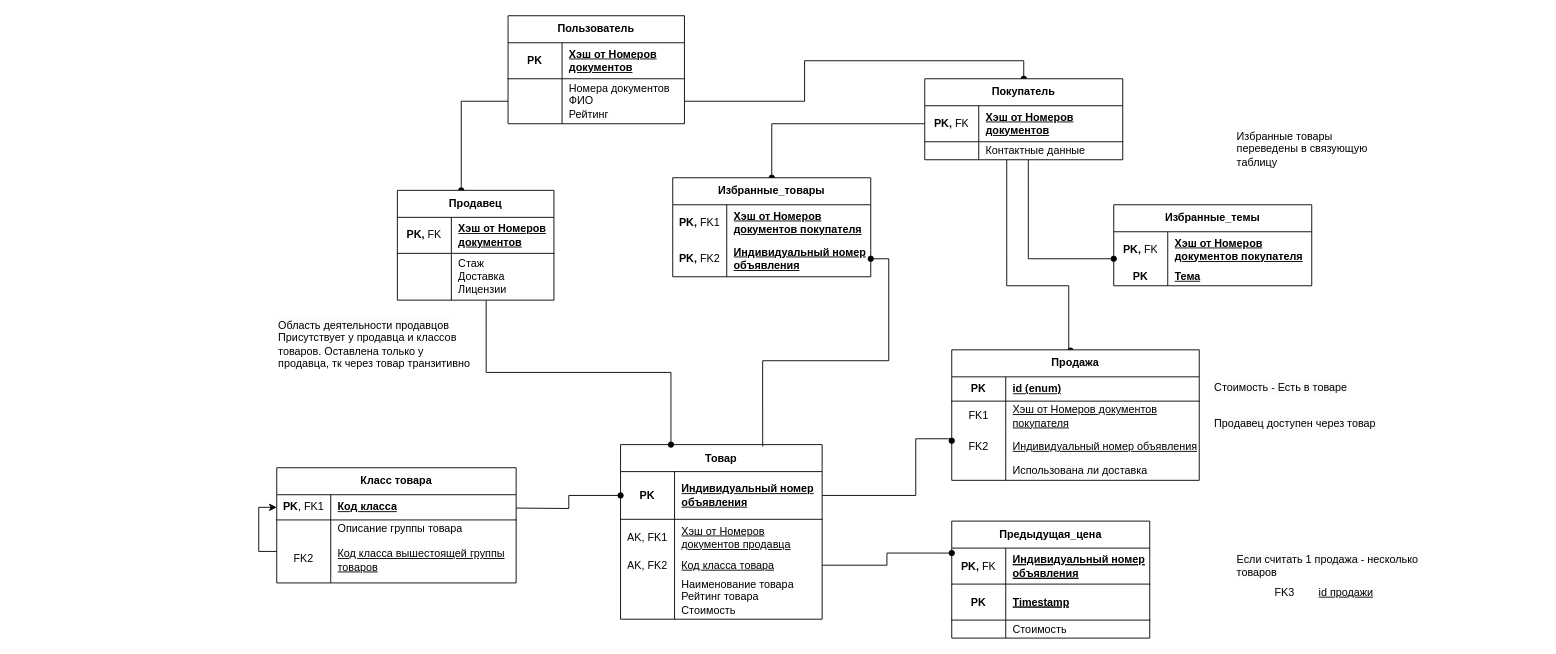
Before: page "Страница — 3" (3 of 3) of Диаграмма без названия.drawio in Djuckman/Compilers2, a draw.io diagram. Source tidied: cells renumbered, new cells numbered last; positions are measured from the earlier drawing's top-left corner, leaving out a move shared by most shapes. Both pictures are drawn from the tidied source at 90%, with x=0, y=0 at pixel (276, 15).
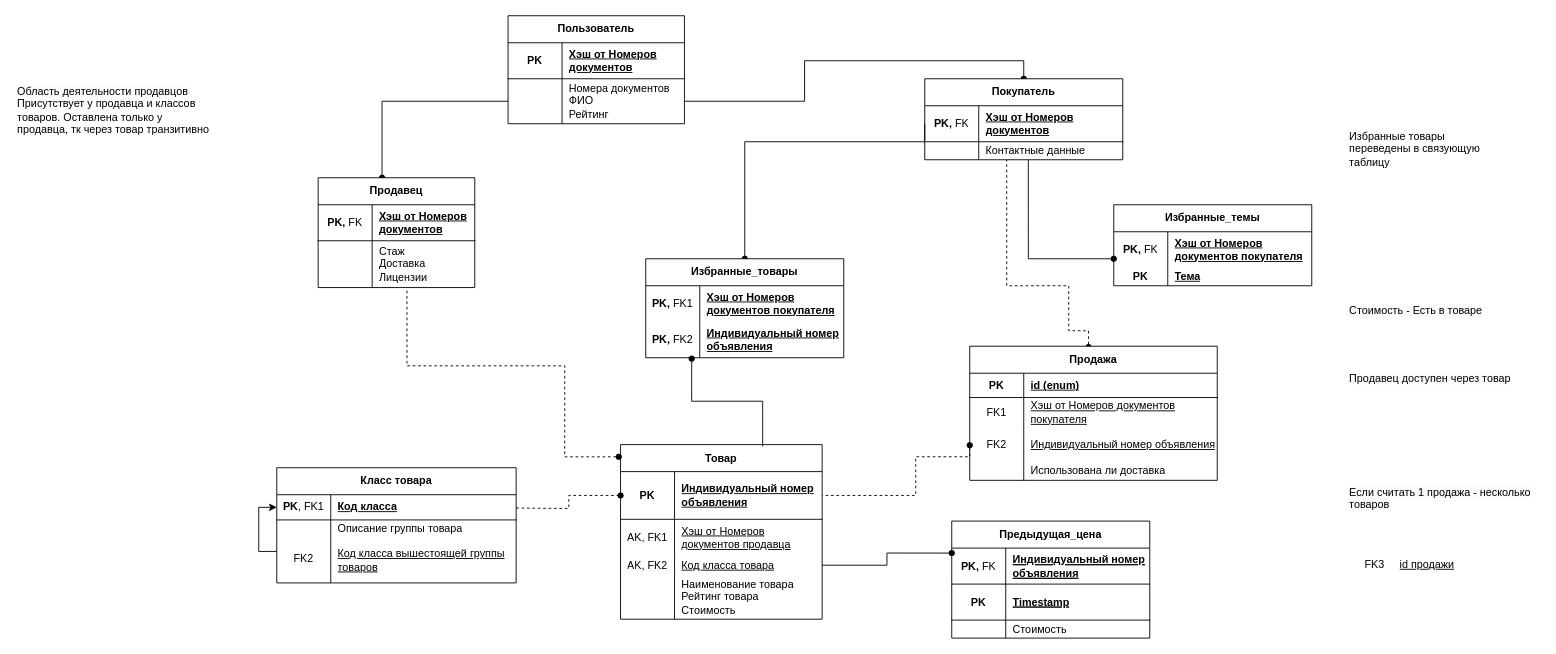
The same page after the edit.

The change refers to these unchanged cells:
```xml
<mxCell id="15" value="Товар" style="shape=table;startSize=30;childLayout=tableLayout;rowLines=0;fontStyle=1;align=center;html=1;whiteSpace=wrap;" parent="1" vertex="1">
  <mxGeometry x="382" y="476.5" width="224" height="194" as="geometry" />
</mxCell>
<mxCell id="16" style="shape=tableRow;horizontal=0;startSize=0;swimlaneHead=0;swimlaneBody=0;fillColor=none;points=[[0,0.5],[1,0.5]];portConstraint=eastwest;top=0;left=0;right=0;bottom=1;html=1;" parent="15" vertex="1">
  <mxGeometry y="30" width="224" height="53" as="geometry" />
</mxCell>
<mxCell id="41" style="shape=tableRow;horizontal=0;startSize=0;swimlaneHead=0;swimlaneBody=0;fillColor=none;points=[[0,0.5],[1,0.5]];portConstraint=eastwest;top=0;left=0;right=0;bottom=0;html=1;" parent="37" vertex="1">
  <mxGeometry y="70" width="174" height="52" as="geometry" />
</mxCell>
<mxCell id="45" style="shape=tableRow;horizontal=0;startSize=0;swimlaneHead=0;swimlaneBody=0;fillColor=none;points=[[0,0.5],[1,0.5]];portConstraint=eastwest;top=0;left=0;right=0;bottom=1;html=1;" parent="44" vertex="1">
  <mxGeometry y="30" width="220" height="40" as="geometry" />
</mxCell>
<mxCell id="48" style="shape=tableRow;horizontal=0;startSize=0;swimlaneHead=0;swimlaneBody=0;fillColor=none;points=[[0,0.5],[1,0.5]];portConstraint=eastwest;top=0;left=0;right=0;bottom=0;html=1;" parent="44" vertex="1">
  <mxGeometry y="70" width="220" height="20" as="geometry" />
</mxCell>
<mxCell id="72" style="shape=tableRow;horizontal=0;startSize=0;swimlaneHead=0;swimlaneBody=0;fillColor=none;points=[[0,0.5],[1,0.5]];portConstraint=eastwest;top=0;left=0;right=0;bottom=0;html=1;" parent="68" vertex="1">
  <mxGeometry y="70" width="220" height="40" as="geometry" />
</mxCell>
<mxCell id="98" style="shape=tableRow;horizontal=0;startSize=0;swimlaneHead=0;swimlaneBody=0;fillColor=none;top=0;left=0;right=0;bottom=0;html=1;" parent="1" vertex="1">
  <mxGeometry x="1090" y="630.5" width="224" height="20" as="geometry" />
</mxCell>
```

The edit, as a diff of the source:
```diff
@@
-    <mxCell id="35" style="edgeStyle=orthogonalEdgeStyle;rounded=0;jettySize=auto;html=1;entryX=0;entryY=0.5;entryDx=0;entryDy=0;endArrow=oval;endFill=1;startArrow=none;startFill=0;" parent="1" edge="1" target="16">
+    <mxCell id="35" style="edgeStyle=orthogonalEdgeStyle;rounded=0;jettySize=auto;html=1;entryX=0;entryY=0.5;entryDx=0;entryDy=0;endArrow=oval;endFill=1;startArrow=none;startFill=0;dashed=1;" parent="1" edge="1" target="16">
       <mxGeometry relative="1" as="geometry">
         <mxPoint x="266" y="547" as="sourcePoint" />
       </mxGeometry>
     </mxCell>
-    <mxCell id="36" style="edgeStyle=orthogonalEdgeStyle;rounded=0;jettySize=auto;html=1;exitX=0;exitY=0.5;exitDx=0;exitDy=0;entryX=1;entryY=0.5;entryDx=0;entryDy=0;startArrow=oval;startFill=1;endArrow=none;endFill=0;" parent="1" edge="1" target="16">
+    <mxCell id="36" style="edgeStyle=orthogonalEdgeStyle;rounded=0;jettySize=auto;html=1;exitX=0;exitY=0.5;exitDx=0;exitDy=0;entryX=1;entryY=0.5;entryDx=0;entryDy=0;startArrow=oval;startFill=1;endArrow=none;endFill=0;dashed=1;" parent="1" edge="1" source="59" target="16">
       <mxGeometry relative="1" as="geometry">
-        <mxPoint x="750" y="472.2" as="sourcePoint" />
         <Array as="points">
-          <mxPoint x="750" y="470" />
-          <mxPoint x="710" y="470" />
+          <mxPoint x="710" y="490" />
           <mxPoint x="710" y="533" />
         </Array>
       </mxGeometry>
     </mxCell>
     <mxCell id="37" value="Продавец" style="shape=table;startSize=30;childLayout=tableLayout;rowLines=0;fontStyle=1;align=center;html=1;whiteSpace=wrap;" parent="1" vertex="1">
-      <mxGeometry x="134" y="194" width="174" height="122" as="geometry" />
+      <mxGeometry x="46" y="180" width="174" height="122" as="geometry" />
     </mxCell>
@@
-    <mxCell id="51" style="edgeStyle=orthogonalEdgeStyle;rounded=0;jettySize=auto;html=1;endArrow=none;endFill=0;startArrow=oval;startFill=1;entryX=0.414;entryY=1;entryDx=0;entryDy=0;entryPerimeter=0;exitX=0.48;exitY=0.006;exitDx=0;exitDy=0;exitPerimeter=0;" parent="1" edge="1" source="52" target="48">
+    <mxCell id="51" style="edgeStyle=orthogonalEdgeStyle;rounded=0;jettySize=auto;html=1;endArrow=none;endFill=0;startArrow=oval;startFill=1;entryX=0.414;entryY=1;entryDx=0;entryDy=0;entryPerimeter=0;exitX=0.48;exitY=0.006;exitDx=0;exitDy=0;exitPerimeter=0;dashed=1;" parent="1" edge="1" source="52" target="48">
       <mxGeometry relative="1" as="geometry">
         <Array as="points">
-          <mxPoint x="880" y="372" />
+          <mxPoint x="902" y="350" />
+          <mxPoint x="880" y="350" />
           <mxPoint x="880" y="300" />
           <mxPoint x="811" y="300" />
         </Array>
       </mxGeometry>
     </mxCell>
     <mxCell id="52" value="Продажа" style="shape=table;startSize=30;childLayout=tableLayout;rowLines=0;fontStyle=1;align=center;html=1;whiteSpace=wrap;" parent="1" vertex="1">
-      <mxGeometry x="750" y="371.2" width="275" height="145" as="geometry" />
+      <mxGeometry x="770" y="367.2" width="275" height="149" as="geometry" />
     </mxCell>
@@
     <mxCell id="59" style="shape=tableRow;horizontal=0;startSize=0;swimlaneHead=0;swimlaneBody=0;fillColor=none;points=[[0,0.5],[1,0.5]];portConstraint=eastwest;top=0;left=0;right=0;bottom=0;html=1;" parent="52" vertex="1">
-      <mxGeometry y="91" width="275" height="34" as="geometry" />
+      <mxGeometry y="91" width="275" height="38" as="geometry" />
     </mxCell>
     <mxCell id="60" value="&lt;div&gt;FK2&lt;/div&gt;" style="shape=partialRectangle;fillColor=none;top=0;left=0;bottom=0;right=0;overflow=hidden;html=1;whiteSpace=wrap;" parent="59" vertex="1">
-      <mxGeometry width="60" height="34" as="geometry" />
+      <mxGeometry width="60" height="38" as="geometry" />
     </mxCell>
     <mxCell id="61" value="&lt;span style=&quot;text-decoration-line: underline;&quot;&gt;Индивидуальный номер объявления&lt;/span&gt;" style="shape=partialRectangle;fillColor=none;top=0;left=0;bottom=0;right=0;align=left;spacingLeft=6;overflow=hidden;html=1;whiteSpace=wrap;" parent="59" vertex="1">
-      <mxGeometry x="60" width="215" height="34" as="geometry" />
+      <mxGeometry x="60" width="215" height="38" as="geometry" />
     </mxCell>
     <mxCell id="62" style="shape=tableRow;horizontal=0;startSize=0;swimlaneHead=0;swimlaneBody=0;fillColor=none;top=0;left=0;right=0;bottom=0;html=1;" parent="52" vertex="1">
-      <mxGeometry y="125" width="275" height="20" as="geometry" />
+      <mxGeometry y="129" width="275" height="20" as="geometry" />
     </mxCell>
@@
     <mxCell id="65" value="&lt;span style=&quot;color: rgb(0, 0, 0); font-family: Helvetica; font-size: 12px; font-style: normal; font-variant-ligatures: normal; font-variant-caps: normal; font-weight: 400; letter-spacing: normal; orphans: 2; text-align: left; text-indent: 0px; text-transform: none; widows: 2; word-spacing: 0px; -webkit-text-stroke-width: 0px; white-space: normal; background-color: rgb(251, 251, 251); text-decoration-thickness: initial; text-decoration-style: initial; text-decoration-color: initial; display: inline !important; float: none;&quot;&gt;Продавец доступен через товар&lt;/span&gt;" style="text;whiteSpace=wrap;html=1;" parent="1" vertex="1">
-      <mxGeometry x="1040" y="440" width="210" height="40" as="geometry" />
+      <mxGeometry x="1190" y="390" width="210" height="40" as="geometry" />
     </mxCell>
     <mxCell id="66" value="&lt;span style=&quot;color: rgb(0, 0, 0); font-family: Helvetica; font-size: 12px; font-style: normal; font-variant-ligatures: normal; font-variant-caps: normal; font-weight: 400; letter-spacing: normal; orphans: 2; text-align: left; text-indent: 0px; text-transform: none; widows: 2; word-spacing: 0px; -webkit-text-stroke-width: 0px; white-space: normal; background-color: rgb(251, 251, 251); text-decoration-thickness: initial; text-decoration-style: initial; text-decoration-color: initial; display: inline !important; float: none;&quot;&gt;Стоимость - Есть в товаре&lt;/span&gt;" style="text;whiteSpace=wrap;html=1;" parent="1" vertex="1">
-      <mxGeometry x="1040" y="400" width="175" height="40" as="geometry" />
+      <mxGeometry x="1190" y="314" width="175" height="40" as="geometry" />
     </mxCell>
     <mxCell id="67" style="edgeStyle=orthogonalEdgeStyle;rounded=0;jettySize=auto;html=1;exitX=0.5;exitY=0;exitDx=0;exitDy=0;entryX=0;entryY=0.5;entryDx=0;entryDy=0;endArrow=none;endFill=0;startArrow=oval;startFill=1;" parent="1" edge="1" source="68" target="45">
-      <mxGeometry relative="1" as="geometry" />
+      <mxGeometry relative="1" as="geometry">
+        <Array as="points">
+          <mxPoint x="520" y="140" />
+          <mxPoint x="720" y="140" />
+        </Array>
+      </mxGeometry>
     </mxCell>
     <mxCell id="68" value="Избранные_товары" style="shape=table;startSize=30;childLayout=tableLayout;rowLines=0;fontStyle=1;align=center;html=1;whiteSpace=wrap;" parent="1" vertex="1">
-      <mxGeometry x="440" y="180" width="220" height="110" as="geometry" />
+      <mxGeometry x="410" y="270" width="220" height="110" as="geometry" />
     </mxCell>
@@
-    <mxCell id="75" style="edgeStyle=orthogonalEdgeStyle;rounded=0;jettySize=auto;html=1;exitX=1;exitY=0.5;exitDx=0;exitDy=0;entryX=0.705;entryY=0.011;entryDx=0;entryDy=0;entryPerimeter=0;endArrow=none;endFill=0;startArrow=oval;startFill=1;" parent="1" edge="1" source="72" target="15">
+    <mxCell id="75" style="edgeStyle=orthogonalEdgeStyle;rounded=0;jettySize=auto;html=1;exitX=0.232;exitY=1.025;exitDx=0;exitDy=0;entryX=0.705;entryY=0.011;entryDx=0;entryDy=0;entryPerimeter=0;endArrow=none;endFill=0;startArrow=oval;startFill=1;exitPerimeter=0;" parent="1" edge="1" source="72" target="15">
       <mxGeometry relative="1" as="geometry" />
     </mxCell>
     <mxCell id="76" value="Избранные товары переведены в связующую таблицу" style="text;whiteSpace=wrap;html=1;" parent="1" vertex="1">
-      <mxGeometry x="1065" y="120" width="175" height="40" as="geometry" />
+      <mxGeometry x="1190" y="120" width="175" height="40" as="geometry" />
     </mxCell>
@@
-    <mxCell id="86" style="edgeStyle=orthogonalEdgeStyle;rounded=0;jettySize=auto;html=1;exitX=0.25;exitY=0;exitDx=0;exitDy=0;entryX=0.567;entryY=1.008;entryDx=0;entryDy=0;entryPerimeter=0;endArrow=none;endFill=0;startArrow=oval;startFill=1;" parent="1" edge="1" source="15" target="41">
-      <mxGeometry relative="1" as="geometry" />
+    <mxCell id="86" style="edgeStyle=orthogonalEdgeStyle;rounded=0;jettySize=auto;html=1;exitX=-0.009;exitY=0.07;exitDx=0;exitDy=0;entryX=0.567;entryY=1.008;entryDx=0;entryDy=0;entryPerimeter=0;endArrow=none;endFill=0;startArrow=oval;startFill=1;dashed=1;exitPerimeter=0;" parent="1" edge="1" source="15" target="41">
+      <mxGeometry relative="1" as="geometry">
+        <Array as="points">
+          <mxPoint x="320" y="490" />
+          <mxPoint x="320" y="389" />
+          <mxPoint x="145" y="389" />
+        </Array>
+      </mxGeometry>
     </mxCell>
@@
     <mxCell id="97" value="&lt;span style=&quot;color: rgb(0, 0, 0); font-family: Helvetica; font-size: 12px; font-style: normal; font-variant-ligatures: normal; font-variant-caps: normal; font-weight: 400; letter-spacing: normal; orphans: 2; text-align: left; text-indent: 0px; text-transform: none; widows: 2; word-spacing: 0px; -webkit-text-stroke-width: 0px; white-space: normal; background-color: rgb(251, 251, 251); text-decoration-thickness: initial; text-decoration-style: initial; text-decoration-color: initial; display: inline !important; float: none;&quot;&gt;Область деятельности продавцов&lt;/span&gt;&lt;div&gt;Присутствует у продавца и классов товаров. Оставлена только у продавца, тк через товар транзитивно&lt;/div&gt;" style="text;whiteSpace=wrap;html=1;" parent="1" vertex="1">
-      <mxGeometry y="330" width="220" height="70" as="geometry" />
+      <mxGeometry x="-290" y="70" width="220" height="70" as="geometry" />
     </mxCell>
@@
+    <mxCell id="101" value="&lt;span style=&quot;color: rgb(0, 0, 0); font-family: Helvetica; font-size: 12px; font-style: normal; font-variant-ligatures: normal; font-variant-caps: normal; font-weight: 400; letter-spacing: normal; orphans: 2; text-align: left; text-indent: 0px; text-transform: none; widows: 2; word-spacing: 0px; -webkit-text-stroke-width: 0px; white-space: normal; background-color: rgb(251, 251, 251); text-decoration-thickness: initial; text-decoration-style: initial; text-decoration-color: initial; display: inline !important; float: none;&quot;&gt;Если считать 1 продажа - несколько товаров&lt;/span&gt;" style="text;whiteSpace=wrap;html=1;" parent="1" vertex="1">
+      <mxGeometry x="1190" y="516.2" width="210" height="40" as="geometry" />
+    </mxCell>
+    <mxCell id="100" value="&lt;u&gt;id продажи&lt;/u&gt;" style="shape=partialRectangle;fillColor=none;top=0;left=0;bottom=0;right=0;align=left;spacingLeft=6;overflow=hidden;html=1;whiteSpace=wrap;" parent="1" vertex="1">
+      <mxGeometry x="1240" y="600" width="164" height="20" as="geometry" />
+    </mxCell>
-    <mxCell id="99" value="FK3" style="shape=partialRectangle;fillColor=none;top=0;left=0;bottom=0;right=0;overflow=hidden;html=1;whiteSpace=wrap;" parent="98" vertex="1">
-      <mxGeometry width="60" height="20" as="geometry" />
+    <mxCell id="99" value="FK3" style="shape=partialRectangle;fillColor=none;top=0;left=0;bottom=0;right=0;overflow=hidden;html=1;whiteSpace=wrap;" parent="1" vertex="1">
+      <mxGeometry x="1190" y="600" width="60" height="20" as="geometry" />
     </mxCell>
-    <mxCell id="100" value="&lt;u&gt;id продажи&lt;/u&gt;" style="shape=partialRectangle;fillColor=none;top=0;left=0;bottom=0;right=0;align=left;spacingLeft=6;overflow=hidden;html=1;whiteSpace=wrap;" parent="98" vertex="1">
-      <mxGeometry x="60" width="164" height="20" as="geometry" />
-    </mxCell>
-    <mxCell id="101" value="&lt;span style=&quot;color: rgb(0, 0, 0); font-family: Helvetica; font-size: 12px; font-style: normal; font-variant-ligatures: normal; font-variant-caps: normal; font-weight: 400; letter-spacing: normal; orphans: 2; text-align: left; text-indent: 0px; text-transform: none; widows: 2; word-spacing: 0px; -webkit-text-stroke-width: 0px; white-space: normal; background-color: rgb(251, 251, 251); text-decoration-thickness: initial; text-decoration-style: initial; text-decoration-color: initial; display: inline !important; float: none;&quot;&gt;Если считать 1 продажа - несколько товаров&lt;/span&gt;" style="text;whiteSpace=wrap;html=1;" parent="1" vertex="1">
-      <mxGeometry x="1065" y="590.5" width="210" height="40" as="geometry" />
-    </mxCell>
```
